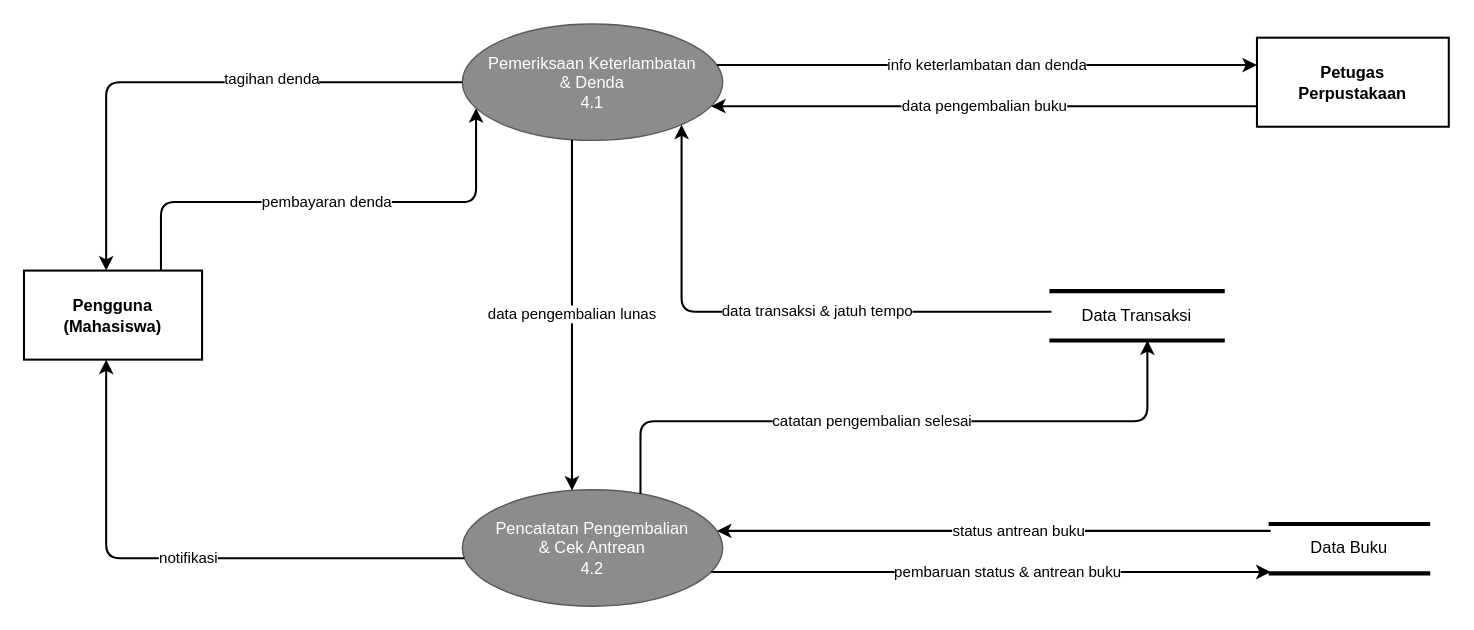
This is lvl1 pengembalian.drawio from ding317/ding317, a draw.io file, before an edit. Source tidied: cells renumbered, new cells numbered last; positions are measured from the earlier drawing's top-left corner, leaving out a move shared by most shapes. Both pictures are drawn from the tidied source at 137%, with x=0, y=0 at pixel (23, 23).
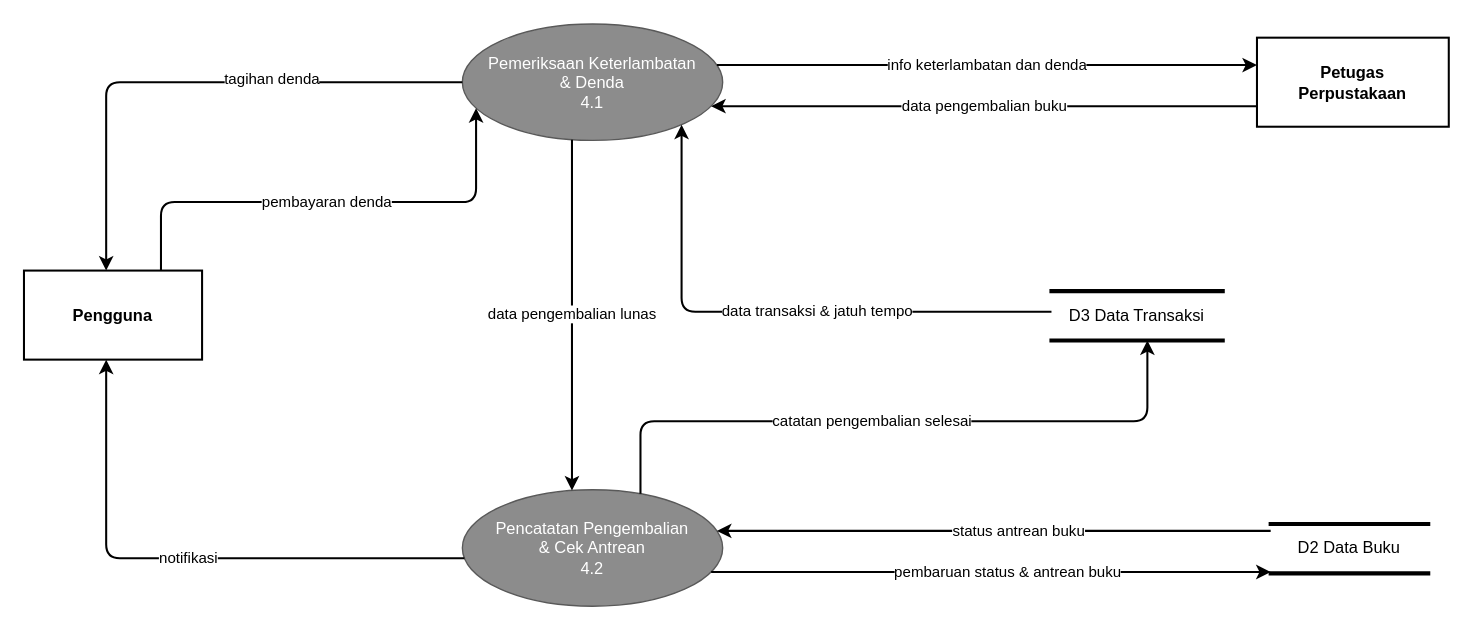
After the change.

The edit, as a diff of the source:
```diff
@@
-    <mxCell id="2" value="Pengguna&lt;br&gt;(Mahasiswa)" style="rounded=0;whiteSpace=wrap;html=1;fillColor=#FFFFFF;strokeColor=#000000;strokeWidth=1.5;fontColor=#000000;fontSize=12;fontStyle=1;" parent="1" vertex="1">
+    <mxCell id="2" value="Pengguna" style="rounded=0;whiteSpace=wrap;html=1;fillColor=#FFFFFF;strokeColor=#000000;strokeWidth=1.5;fontColor=#000000;fontSize=12;fontStyle=1;" parent="1" vertex="1">
       <mxGeometry y="180" width="130" height="65" as="geometry" />
     </mxCell>
@@
-    <mxCell id="6" value="Data Transaksi" style="shape=partialRectangle;whiteSpace=wrap;html=1;top=1;bottom=1;left=0;right=0;strokeWidth=3;strokeColor=#000000;fillColor=none;fontColor=#000000;fontSize=12;" parent="1" vertex="1">
+    <mxCell id="6" value="D3 Data Transaksi" style="shape=partialRectangle;whiteSpace=wrap;html=1;top=1;bottom=1;left=0;right=0;strokeWidth=3;strokeColor=#000000;fillColor=none;fontColor=#000000;fontSize=12;" parent="1" vertex="1">
       <mxGeometry x="750" y="195" width="125" height="36" as="geometry" />
     </mxCell>
-    <mxCell id="7" value="Data Buku" style="shape=partialRectangle;whiteSpace=wrap;html=1;top=1;bottom=1;left=0;right=0;strokeWidth=3;strokeColor=#000000;fillColor=none;fontColor=#000000;fontSize=12;" parent="1" vertex="1">
+    <mxCell id="7" value="D2 Data Buku" style="shape=partialRectangle;whiteSpace=wrap;html=1;top=1;bottom=1;left=0;right=0;strokeWidth=3;strokeColor=#000000;fillColor=none;fontColor=#000000;fontSize=12;" parent="1" vertex="1">
       <mxGeometry x="910" y="365" width="115" height="36" as="geometry" />
     </mxCell>
```
